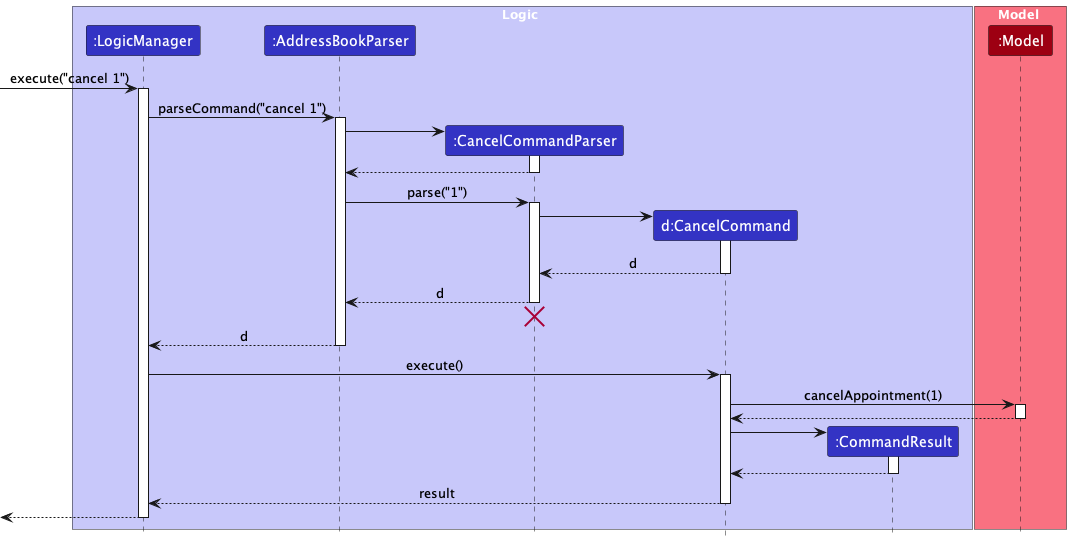
The PlantUML diagram docs/images/CancelSequenceDiagram.png in nus-cs2103-AY2324S1/tp, before a commit. Source of this version:
```plantuml
@startuml
!include style.puml
skinparam ArrowFontStyle plain

box Logic LOGIC_COLOR_T1
participant ":LogicManager" as LogicManager LOGIC_COLOR
participant ":AddressBookParser" as AddressBookParser LOGIC_COLOR
participant ":CancelCommandParser" as CancelCommandParser LOGIC_COLOR
participant "d:CancelCommand" as CancelCommand LOGIC_COLOR
participant ":CommandResult" as CommandResult LOGIC_COLOR
end box

box Model MODEL_COLOR_T1
participant ":Model" as Model MODEL_COLOR
end box

[-> LogicManager : execute("cancel 1")
activate LogicManager

LogicManager -> AddressBookParser : parseCommand("cancel 1")
activate AddressBookParser

create CancelCommandParser
AddressBookParser -> CancelCommandParser
activate CancelCommandParser

CancelCommandParser --> AddressBookParser
deactivate CancelCommandParser

AddressBookParser -> CancelCommandParser : parse("1")
activate CancelCommandParser

create CancelCommand
CancelCommandParser -> CancelCommand
activate CancelCommand

CancelCommand --> CancelCommandParser : d
deactivate CancelCommand

CancelCommandParser --> AddressBookParser : d
deactivate CancelCommandParser
CancelCommandParser -[hidden]-> AddressBookParser
destroy CancelCommandParser

AddressBookParser --> LogicManager : d
deactivate AddressBookParser

LogicManager -> CancelCommand : execute()
activate CancelCommand

CancelCommand -> Model : cancelAppointment(1)
activate Model

Model --> CancelCommand
deactivate Model

create CommandResult
CancelCommand -> CommandResult
activate CommandResult

CommandResult --> CancelCommand
deactivate CommandResult

CancelCommand --> LogicManager : result
deactivate CancelCommand

[<--LogicManager
deactivate LogicManager
@enduml
```
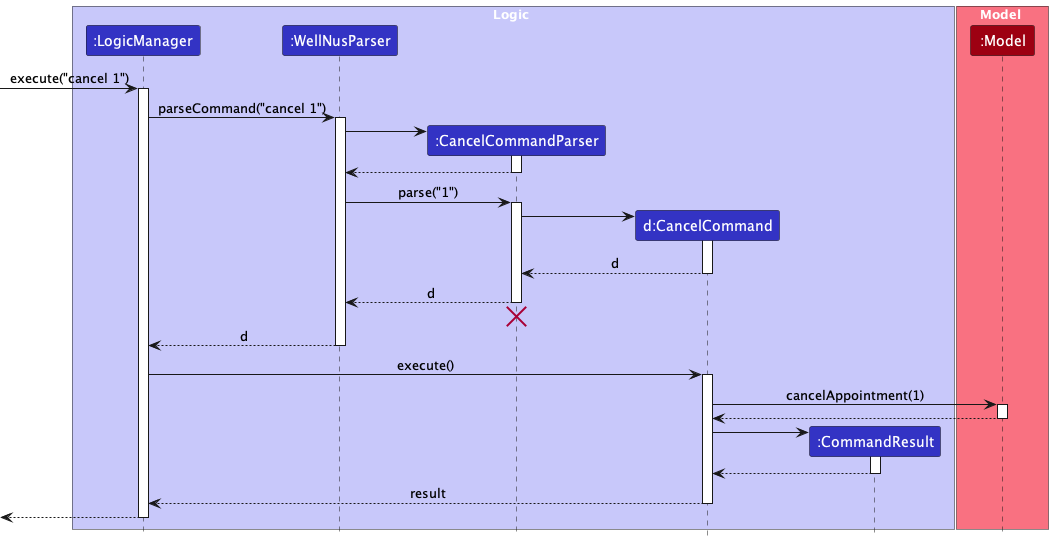
After the change.

Commit message:
Update sequence diagrams

Change to the diagram source:
```diff
@@ -4,7 +4,7 @@
 
 box Logic LOGIC_COLOR_T1
 participant ":LogicManager" as LogicManager LOGIC_COLOR
-participant ":AddressBookParser" as AddressBookParser LOGIC_COLOR
+participant ":WellNusParser" as WellNusParser LOGIC_COLOR
 participant ":CancelCommandParser" as CancelCommandParser LOGIC_COLOR
 participant "d:CancelCommand" as CancelCommand LOGIC_COLOR
 participant ":CommandResult" as CommandResult LOGIC_COLOR
@@ -17,17 +17,17 @@
 [-> LogicManager : execute("cancel 1")
 activate LogicManager
 
-LogicManager -> AddressBookParser : parseCommand("cancel 1")
-activate AddressBookParser
+LogicManager -> WellNusParser : parseCommand("cancel 1")
+activate WellNusParser
 
 create CancelCommandParser
-AddressBookParser -> CancelCommandParser
+WellNusParser -> CancelCommandParser
 activate CancelCommandParser
 
-CancelCommandParser --> AddressBookParser
+CancelCommandParser --> WellNusParser
 deactivate CancelCommandParser
 
-AddressBookParser -> CancelCommandParser : parse("1")
+WellNusParser -> CancelCommandParser : parse("1")
 activate CancelCommandParser
 
 create CancelCommand
@@ -37,13 +37,13 @@
 CancelCommand --> CancelCommandParser : d
 deactivate CancelCommand
 
-CancelCommandParser --> AddressBookParser : d
+CancelCommandParser --> WellNusParser : d
 deactivate CancelCommandParser
-CancelCommandParser -[hidden]-> AddressBookParser
+CancelCommandParser -[hidden]-> WellNusParser
 destroy CancelCommandParser
 
-AddressBookParser --> LogicManager : d
-deactivate AddressBookParser
+WellNusParser --> LogicManager : d
+deactivate WellNusParser
 
 LogicManager -> CancelCommand : execute()
 activate CancelCommand
```
